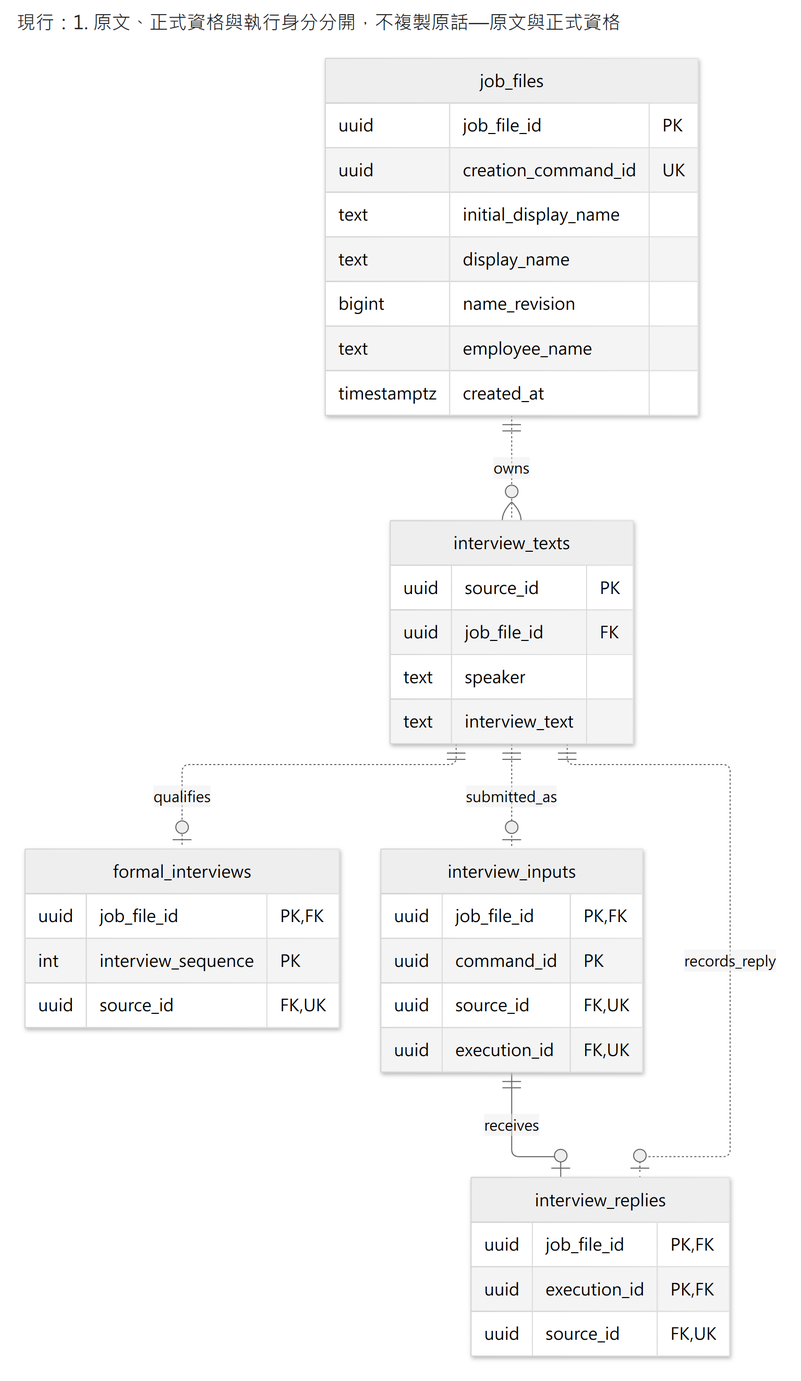
JD-Consultant/Caliburn keeps this Mermaid diagram as docs/diagrams/implementation/interview-storage/raw-text-formal-qualification.png. Above is the earlier version. Its source is kept beside it as docs/diagrams/implementation/interview-storage/raw-text-formal-qualification.mmd. Source of this version:
```mermaid
erDiagram
  direction TB
  job_files ||..o{ interview_texts : owns
  interview_texts ||..o| formal_interviews : qualifies
  interview_texts ||..o| interview_inputs : submitted_as
  interview_inputs ||--o| interview_replies : receives
  interview_texts ||..o| interview_replies : records_reply
  job_files {
    uuid job_file_id PK
    uuid creation_command_id UK
    text initial_display_name
    text display_name
    bigint name_revision
    text employee_name
    timestamptz created_at
  }
  interview_texts {
    uuid source_id PK
    uuid job_file_id FK
    text speaker
    text interview_text
  }
  formal_interviews {
    uuid job_file_id PK,FK
    int interview_sequence PK
    uuid source_id FK,UK
  }
  interview_inputs {
    uuid job_file_id PK,FK
    uuid command_id PK
    uuid source_id FK,UK
    uuid execution_id FK,UK
  }
  interview_replies {
    uuid job_file_id PK,FK
    uuid execution_id PK,FK
    uuid source_id FK,UK
  }
```
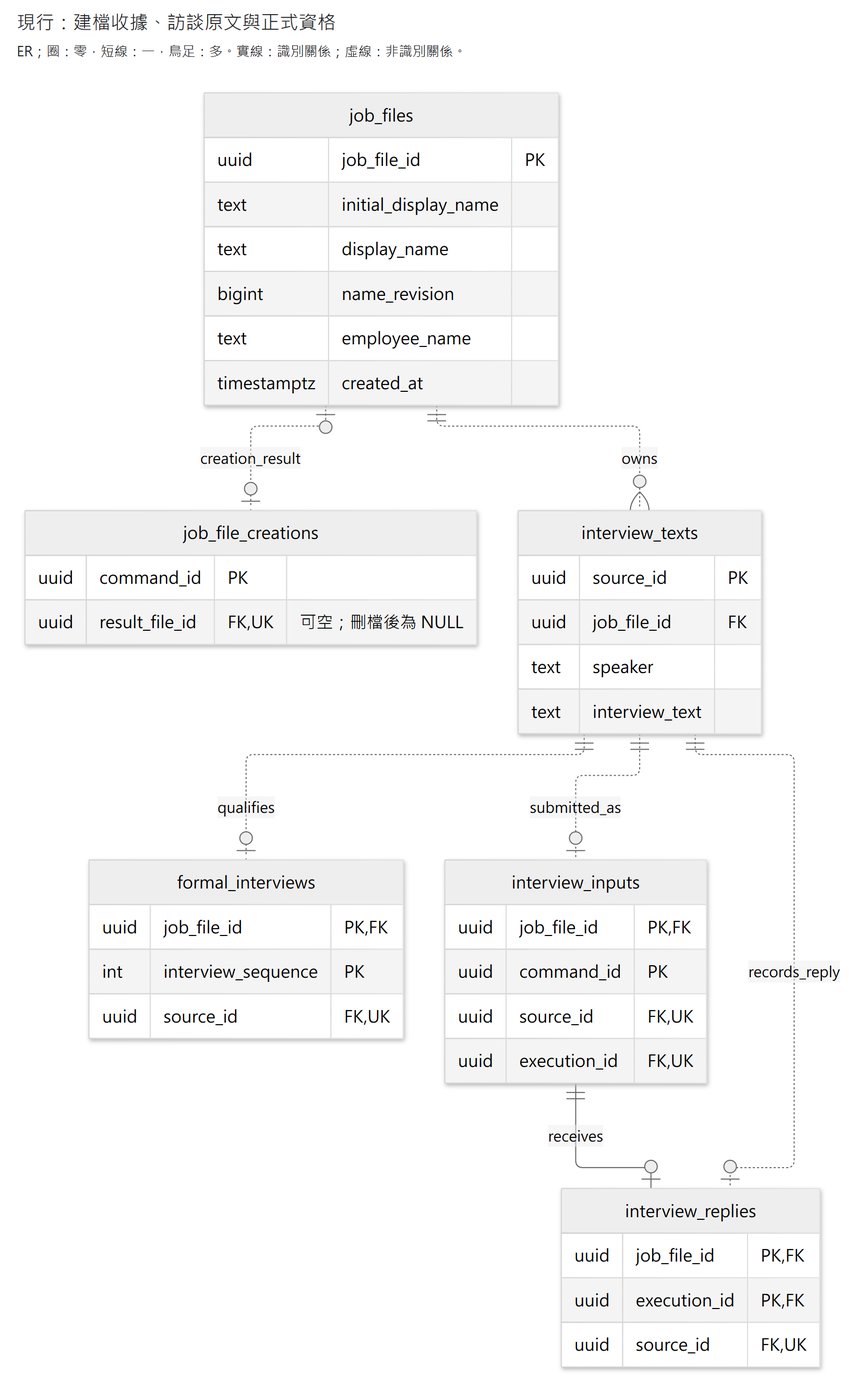
After the change.

Diff of the diagram source:
```diff
@@ -1,5 +1,6 @@
 erDiagram
   direction TB
+  job_files |o..o| job_file_creations : creation_result
   job_files ||..o{ interview_texts : owns
   interview_texts ||..o| formal_interviews : qualifies
   interview_texts ||..o| interview_inputs : submitted_as
@@ -7,12 +8,15 @@
   interview_texts ||..o| interview_replies : records_reply
   job_files {
     uuid job_file_id PK
-    uuid creation_command_id UK
     text initial_display_name
     text display_name
     bigint name_revision
     text employee_name
     timestamptz created_at
+  }
+  job_file_creations {
+    uuid command_id PK
+    uuid result_file_id FK,UK "可空；刪檔後為 NULL"
   }
   interview_texts {
     uuid source_id PK
```
